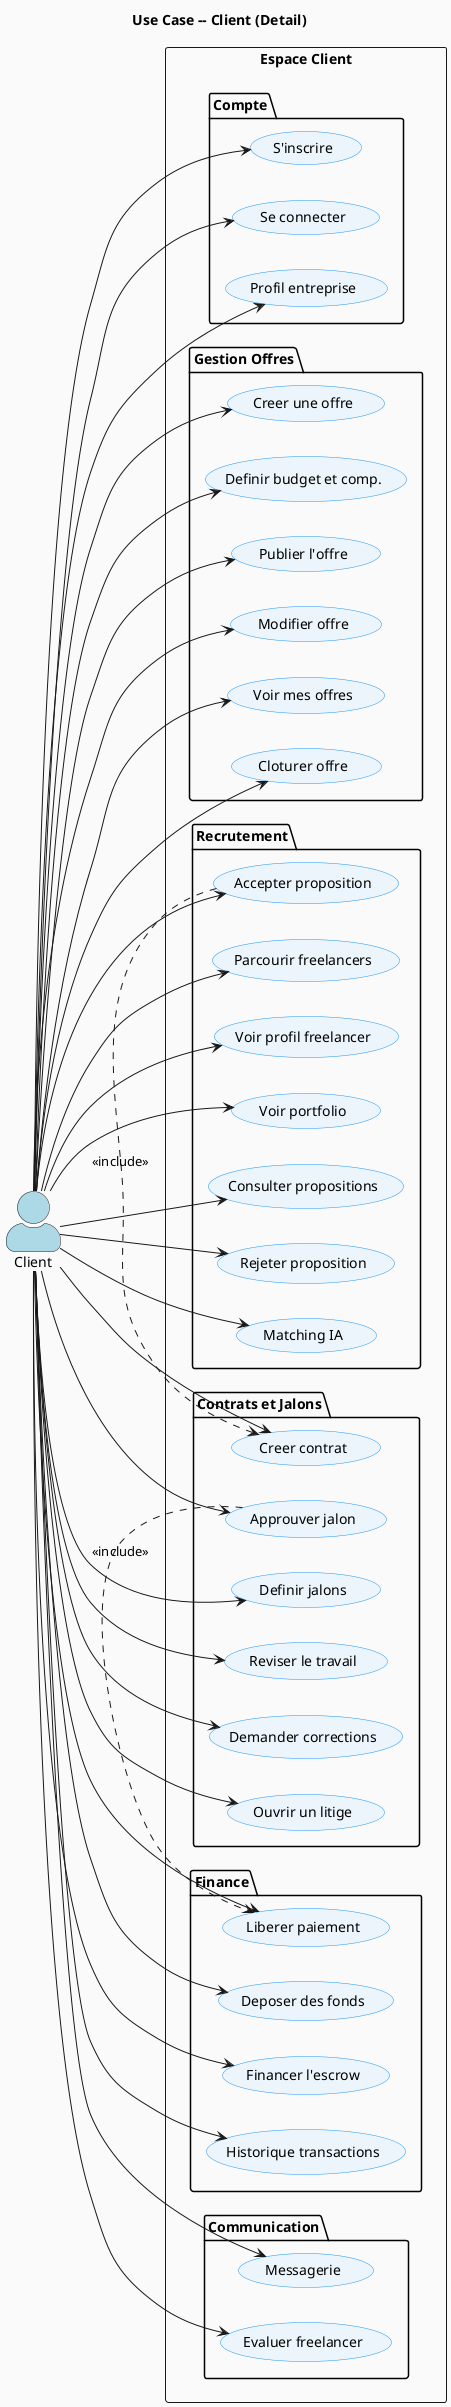
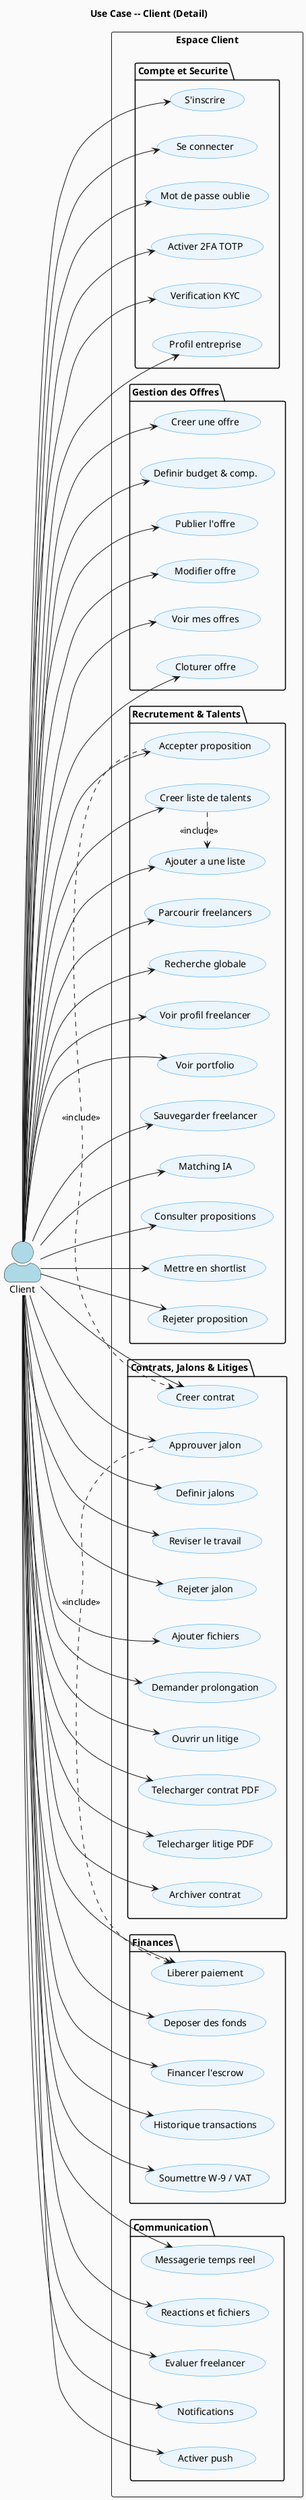
@startuml
skinparam backgroundColor #FAFAFA
skinparam actorStyle awesome
skinparam usecase {
  BackgroundColor #EBF5FB
  BorderColor #2196F3
}
left to right direction
title Use Case -- Client (Detail)

actor "Client" as CL #LightBlue

rectangle "Espace Client" {
-   package "Compte" {
-     (S'inscrire) as REG
-     (Se connecter) as LOGIN
-     (Profil entreprise) as CPRO
+   package "Compte et Securite" {
+     (S'inscrire)                  as REG
+     (Se connecter)                as LOGIN
+     (Mot de passe oublie)         as FORGOT
+     (Activer 2FA TOTP)            as TFA
+     (Verification KYC)            as KYC
+     (Profil entreprise)           as CPRO
  }
-   package "Gestion Offres" {
-     (Creer une offre) as CREATE
-     (Definir budget et comp.) as SETDET
-     (Publier l'offre) as PUB
-     (Modifier offre) as EDIT
-     (Voir mes offres) as MYJOBS
-     (Cloturer offre) as CLOSE
+   package "Gestion des Offres" {
+     (Creer une offre)             as CREATE
+     (Definir budget & comp.)      as SETDET
+     (Publier l'offre)             as PUB
+     (Modifier offre)              as EDIT
+     (Voir mes offres)             as MYJOBS
+     (Cloturer offre)              as CLOSE
  }
-   package "Recrutement" {
-     (Parcourir freelancers) as BROWSE
-     (Voir profil freelancer) as VIEW
-     (Voir portfolio) as PORT
-     (Consulter propositions) as PROPS
-     (Accepter proposition) as ACCEPT
-     (Rejeter proposition) as REJECT
-     (Matching IA) as MATCH
+   package "Recrutement & Talents" {
+     (Parcourir freelancers)       as BROWSE
+     (Recherche globale)           as SEARCH
+     (Voir profil freelancer)      as VIEW
+     (Voir portfolio)              as PORT
+     (Sauvegarder freelancer)      as SAVEF
+     (Creer liste de talents)      as TLIST
+     (Ajouter a une liste)         as ADDL
+     (Matching IA)                 as MATCH
+     (Consulter propositions)      as PROPS
+     (Mettre en shortlist)         as SHORT
+     (Accepter proposition)        as ACCEPT
+     (Rejeter proposition)         as REJECT
  }
-   package "Contrats et Jalons" {
-     (Creer contrat) as CON
-     (Definir jalons) as DEFMIL
-     (Reviser le travail) as REV
-     (Approuver jalon) as APR
-     (Demander corrections) as CORR
-     (Ouvrir un litige) as DISP
+   package "Contrats, Jalons & Litiges" {
+     (Creer contrat)               as CON
+     (Definir jalons)              as DEFMIL
+     (Reviser le travail)          as REV
+     (Approuver jalon)             as APR
+     (Rejeter jalon)               as CORR
+     (Ajouter fichiers)            as CFILE
+     (Demander prolongation)       as EXT
+     (Ouvrir un litige)            as DISP
+     (Telecharger contrat PDF)     as PDF
+     (Telecharger litige PDF)      as DPDF
+     (Archiver contrat)            as ARCH
  }
-   package "Finance" {
-     (Deposer des fonds) as DEP
-     (Financer l'escrow) as ESC
-     (Liberer paiement) as REL
-     (Historique transactions) as HIST
+   package "Finances" {
+     (Deposer des fonds)           as DEP
+     (Financer l'escrow)           as ESC
+     (Liberer paiement)            as REL
+     (Historique transactions)     as HIST
+     (Soumettre W-9 / VAT)         as TAX
  }
  package "Communication" {
-     (Messagerie) as MSG
-     (Evaluer freelancer) as REVI
+     (Messagerie temps reel)       as MSG
+     (Reactions et fichiers)       as MEDIA
+     (Evaluer freelancer)          as REVI
+     (Notifications)               as NOTIF
+     (Activer push)                as PUSH
  }
}

CL --> REG
CL --> LOGIN
+ CL --> FORGOT
+ CL --> TFA
+ CL --> KYC
CL --> CPRO
CL --> CREATE
CL --> SETDET
CL --> PUB
CL --> EDIT
CL --> MYJOBS
CL --> CLOSE
CL --> BROWSE
+ CL --> SEARCH
CL --> VIEW
CL --> PORT
+ CL --> SAVEF
+ CL --> TLIST
+ CL --> ADDL
+ CL --> MATCH
CL --> PROPS
+ CL --> SHORT
CL --> ACCEPT
CL --> REJECT
- CL --> MATCH
CL --> CON
CL --> DEFMIL
CL --> REV
CL --> APR
CL --> CORR
+ CL --> CFILE
+ CL --> EXT
CL --> DISP
+ CL --> PDF
+ CL --> DPDF
+ CL --> ARCH
CL --> DEP
CL --> ESC
CL --> REL
CL --> HIST
+ CL --> TAX
CL --> MSG
+ CL --> MEDIA
CL --> REVI
+ CL --> NOTIF
+ CL --> PUSH

- ACCEPT .> CON : <<include>>
- APR    .> REL : <<include>>
- @enduml+ ACCEPT  .> CON  : <<include>>
+ APR     .> REL  : <<include>>
+ TLIST   .> ADDL : <<include>>
+ @enduml
